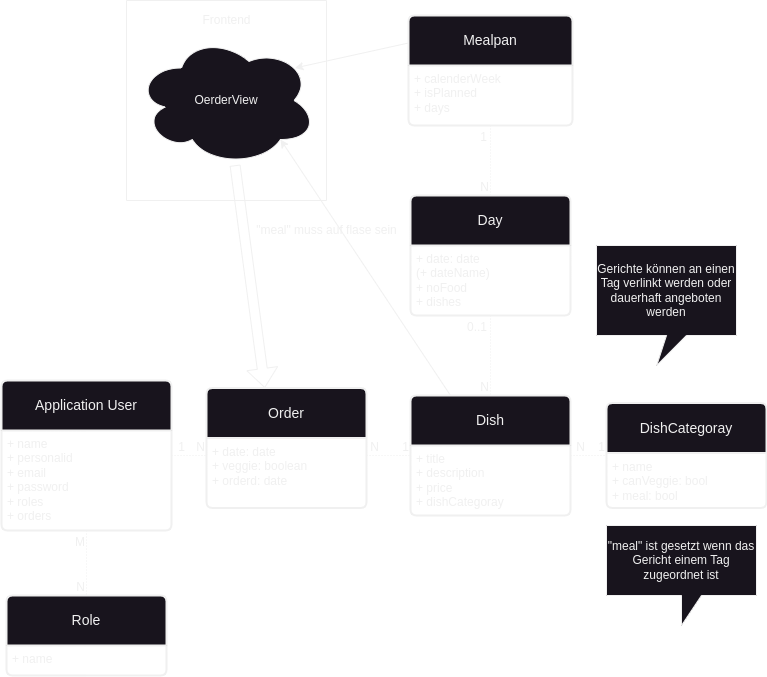
Above: docs/resources/Database.png in Golo300/Kantinerado (draw.io), before the change. Source tidied: cells renumbered, new cells last; positions are measured from the earlier drawing's top-left corner, leaving out a move shared by most shapes.
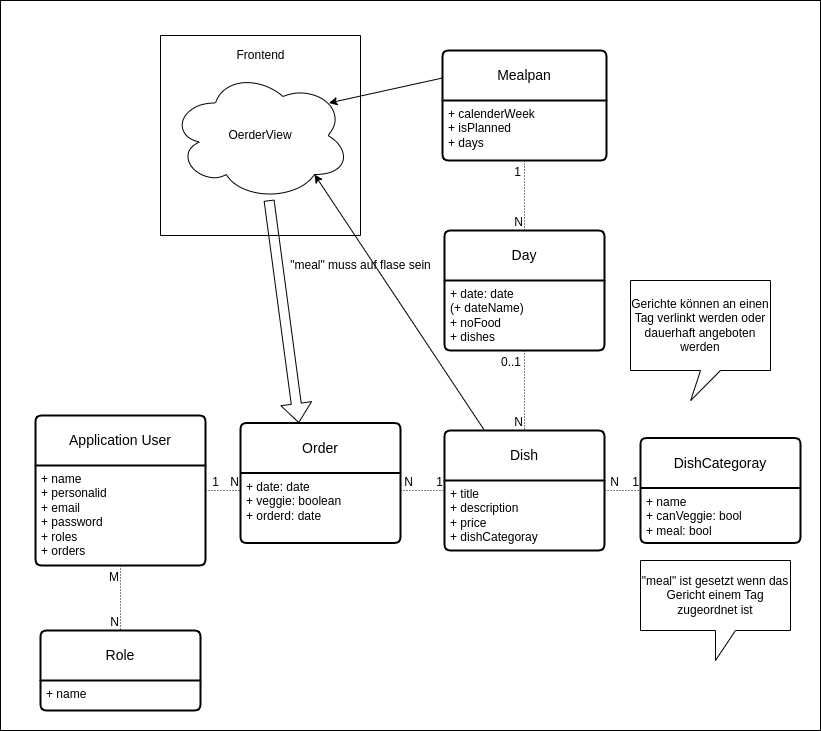
After the commit.

Diff of the diagram source:
```diff
@@ -2,6 +2,9 @@
   <root>
     <mxCell id="0" />
     <mxCell id="1" parent="0" />
+    <mxCell id="43" style="rounded=0;whiteSpace=wrap;html=1;" parent="1" vertex="1">
+      <mxGeometry x="-35" y="-35" width="820" height="730" as="geometry" />
+    </mxCell>
     <mxCell id="2" value="Application User" style="swimlane;horizontal=1;startSize=50;rounded=1;fontSize=14;fontStyle=0;strokeWidth=2;shadow=0;dashed=0;align=center;arcSize=4;whiteSpace=wrap;html=1;" parent="1" vertex="1">
       <mxGeometry y="380" width="170" height="150" as="geometry" />
     </mxCell>
```
